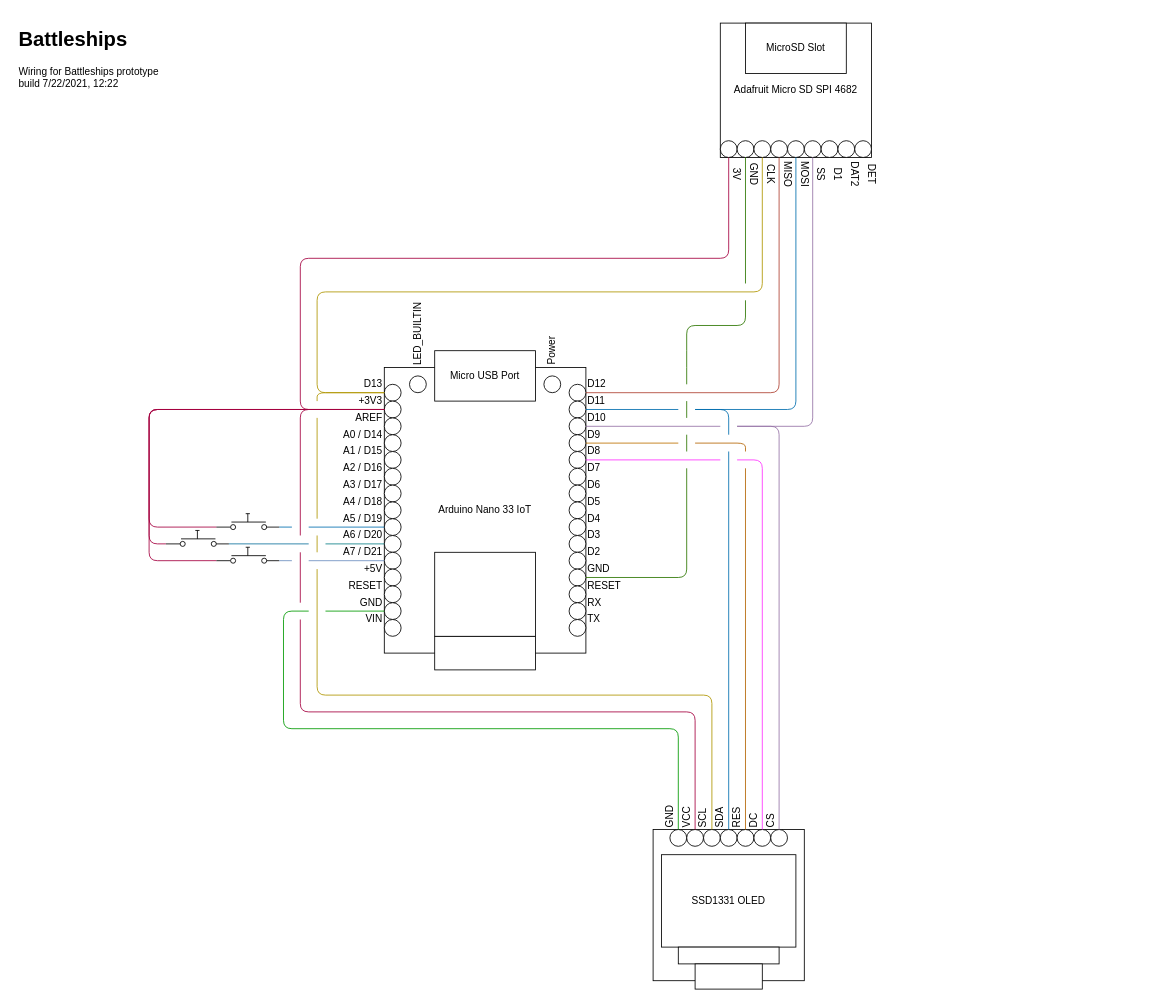
Above: Prototype/Wiring Diagram.drawio in Matt-Anders-Gib/Battleships (draw.io), before the change. Source tidied: cells renumbered, new cells numbered last; positions are measured from the earlier drawing's top-left corner, leaving out a move shared by most shapes. Both pictures are drawn from the tidied source at 84%, with x=0, y=0 at pixel (14, 23).
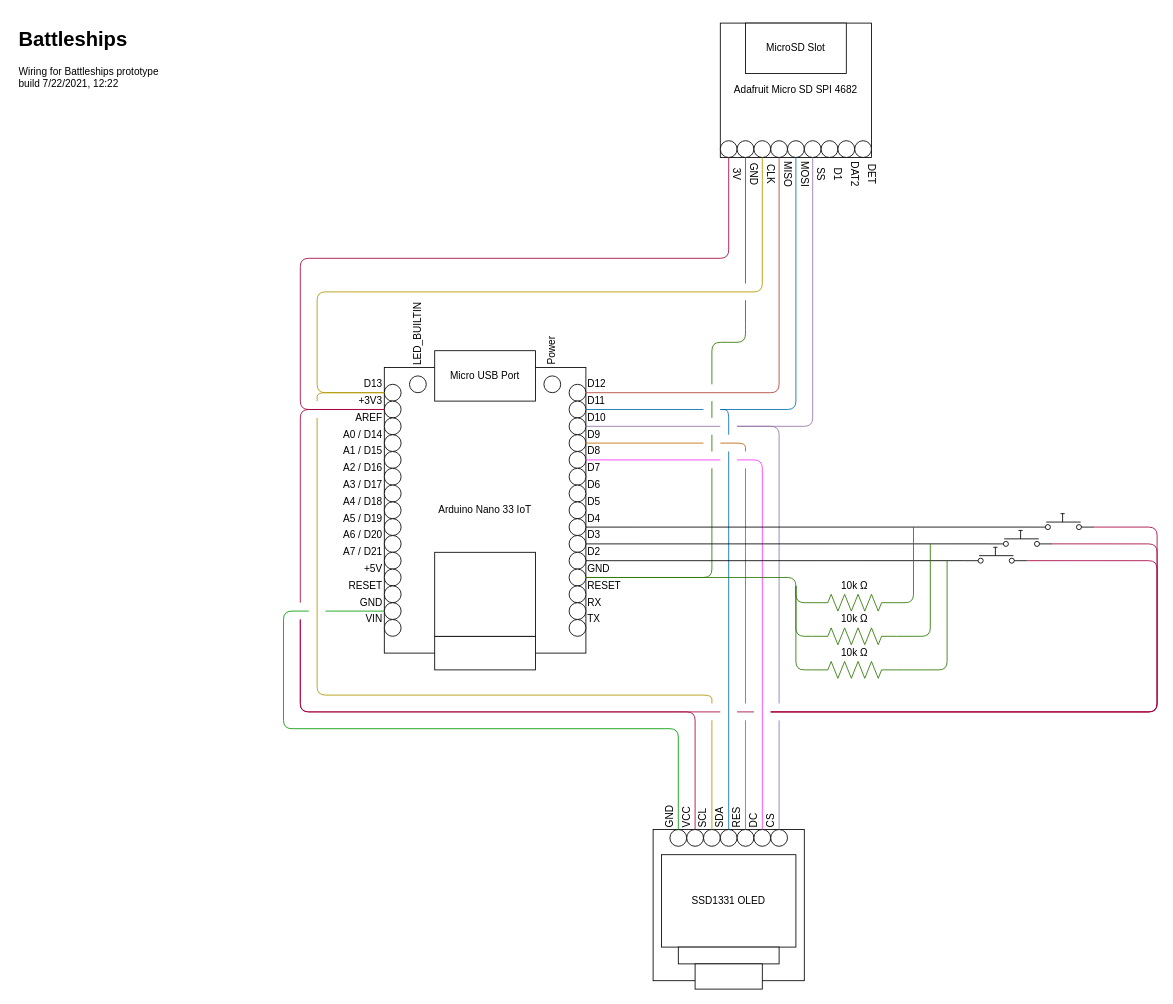
The same page after the edit.

The change refers to these unchanged cells:
```xml
<mxCell id="9" style="ellipse;whiteSpace=wrap;html=1;" parent="3" vertex="1">
  <mxGeometry x="660" y="450" width="20" height="20" as="geometry" />
</mxCell>
<mxCell id="11" style="ellipse;whiteSpace=wrap;html=1;" parent="3" vertex="1">
  <mxGeometry x="660" y="490" width="20" height="20" as="geometry" />
</mxCell>
<mxCell id="24" style="ellipse;whiteSpace=wrap;html=1;" parent="3" vertex="1">
  <mxGeometry x="660" y="590" width="20" height="20" as="geometry" />
</mxCell>
<mxCell id="26" style="ellipse;whiteSpace=wrap;html=1;" parent="3" vertex="1">
  <mxGeometry x="660" y="610" width="20" height="20" as="geometry" />
</mxCell>
<mxCell id="28" style="ellipse;whiteSpace=wrap;html=1;" parent="3" vertex="1">
  <mxGeometry x="660" y="630" width="20" height="20" as="geometry" />
</mxCell>
<mxCell id="30" style="ellipse;whiteSpace=wrap;html=1;" parent="3" vertex="1">
  <mxGeometry x="660" y="650" width="20" height="20" as="geometry" />
</mxCell>
<mxCell id="39" style="ellipse;whiteSpace=wrap;html=1;" parent="3" vertex="1">
  <mxGeometry x="440" y="450" width="20" height="20" as="geometry" />
</mxCell>
<mxCell id="47" style="ellipse;whiteSpace=wrap;html=1;" parent="3" vertex="1">
  <mxGeometry x="440" y="610" width="20" height="20" as="geometry" />
</mxCell>
<mxCell id="48" style="ellipse;whiteSpace=wrap;html=1;" parent="3" vertex="1">
  <mxGeometry x="440" y="630" width="20" height="20" as="geometry" />
</mxCell>
<mxCell id="75" style="ellipse;whiteSpace=wrap;html=1;" parent="72" vertex="1">
  <mxGeometry x="820" y="960" width="20" height="20" as="geometry" />
</mxCell>
<mxCell id="77" style="ellipse;whiteSpace=wrap;html=1;" parent="72" vertex="1">
  <mxGeometry x="860" y="960" width="20" height="20" as="geometry" />
</mxCell>
<mxCell id="79" style="ellipse;whiteSpace=wrap;html=1;" parent="72" vertex="1">
  <mxGeometry x="900" y="960" width="20" height="20" as="geometry" />
</mxCell>
<mxCell id="117" style="ellipse;whiteSpace=wrap;html=1;" parent="110" vertex="1">
  <mxGeometry x="920" y="140" width="20" height="20" as="geometry" />
</mxCell>
```

Change to the diagram source:
```diff
@@
+    <mxCell id="157" style="verticalLabelPosition=bottom;shadow=0;dashed=0;align=center;html=1;verticalAlign=top;shape=mxgraph.electrical.resistors.resistor_2;direction=west;fillColor=#60a917;strokeColor=#2D7600;fontColor=#ffffff;" parent="1" vertex="1">
+      <mxGeometry x="950" y="680" width="100" height="20" as="geometry" />
+    </mxCell>
@@
     <mxCell id="92" style="endArrow=none;html=1;entryX=0;entryY=0.5;entryDx=0;entryDy=0;fillColor=#d80073;strokeColor=#A50040;" parent="90" edge="1" target="39">
       <mxGeometry relative="1" as="geometry">
-        <mxPoint x="340" y="610" as="sourcePoint" />
+        <mxPoint x="340" y="690" as="sourcePoint" />
         <Array as="points">
           <mxPoint x="340" y="460" />
         </Array>
       </mxGeometry>
     </mxCell>
@@
-    <mxCell id="94" style="endArrow=none;html=1;exitX=0.5;exitY=0;exitDx=0;exitDy=0;fillColor=#e3c800;strokeColor=#B09500;" parent="90" edge="1" source="75">
+    <mxCell id="94" style="endArrow=none;html=1;fillColor=#e3c800;strokeColor=#B09500;" parent="90" edge="1">
       <mxGeometry relative="1" as="geometry">
-        <mxPoint x="360" y="650" as="targetPoint" />
+        <mxPoint x="830" y="810" as="sourcePoint" />
+        <mxPoint x="360" y="470" as="targetPoint" />
         <Array as="points">
           <mxPoint x="830" y="800" />
           <mxPoint x="360" y="800" />
         </Array>
       </mxGeometry>
     </mxCell>
@@
     <mxCell id="97" style="endArrow=none;html=1;fillColor=#1ba1e2;strokeColor=#006EAF;" parent="90" edge="1">
       <mxGeometry relative="1" as="geometry">
         <mxPoint x="850" y="490" as="sourcePoint" />
-        <mxPoint x="810" y="460" as="targetPoint" />
+        <mxPoint x="840" y="460" as="targetPoint" />
         <Array as="points">
           <mxPoint x="850" y="460" />
         </Array>
       </mxGeometry>
     </mxCell>
     <mxCell id="98" style="endArrow=none;html=1;fillColor=#fad7ac;strokeColor=#b46504;" parent="90" edge="1">
       <mxGeometry relative="1" as="geometry">
-        <mxPoint x="810" y="500" as="sourcePoint" />
+        <mxPoint x="840" y="500" as="sourcePoint" />
         <mxPoint x="870" y="510" as="targetPoint" />
         <Array as="points">
           <mxPoint x="870" y="500" />
         </Array>
       </mxGeometry>
     </mxCell>
@@
-    <mxCell id="102" style="endArrow=none;html=1;exitX=0.5;exitY=0;exitDx=0;exitDy=0;fillColor=#fad7ac;strokeColor=#b46504;" parent="90" edge="1" source="77">
+    <mxCell id="102" style="endArrow=none;html=1;fillColor=#fad7ac;strokeColor=#b46504;" parent="90" edge="1">
       <mxGeometry relative="1" as="geometry">
+        <mxPoint x="870" y="810" as="sourcePoint" />
         <mxPoint x="870" y="530" as="targetPoint" />
       </mxGeometry>
     </mxCell>
@@
-    <mxCell id="104" style="endArrow=none;html=1;entryX=0.5;entryY=0;entryDx=0;entryDy=0;strokeColor=#9673a6;fillColor=#e1d5e7;" parent="90" edge="1" target="79">
+    <mxCell id="104" style="endArrow=none;html=1;strokeColor=#9673a6;fillColor=#e1d5e7;" parent="90" edge="1">
       <mxGeometry relative="1" as="geometry">
         <mxPoint x="860" y="480" as="sourcePoint" />
+        <mxPoint x="910" y="810" as="targetPoint" />
         <Array as="points">
           <mxPoint x="910" y="480" />
         </Array>
       </mxGeometry>
     </mxCell>
     <mxCell id="105" style="endArrow=none;html=1;exitX=1;exitY=0.5;exitDx=0;exitDy=0;strokeColor=#006EAF;" parent="90" edge="1" source="9">
       <mxGeometry relative="1" as="geometry">
-        <mxPoint x="790" y="460" as="targetPoint" />
+        <mxPoint x="820" y="460" as="targetPoint" />
       </mxGeometry>
     </mxCell>
     <mxCell id="106" style="endArrow=none;html=1;strokeColor=#BD7000;exitX=1;exitY=0.5;exitDx=0;exitDy=0;fillColor=#f0a30a;" parent="90" edge="1" source="11">
       <mxGeometry relative="1" as="geometry">
-        <mxPoint x="790" y="500" as="targetPoint" />
+        <mxPoint x="820" y="500" as="targetPoint" />
       </mxGeometry>
     </mxCell>
-    <mxCell id="107" style="endArrow=none;html=1;strokeColor=#A50040;fillColor=#d80073;" parent="90" edge="1">
-      <mxGeometry relative="1" as="geometry">
-        <mxPoint x="340" y="690" as="sourcePoint" />
-        <mxPoint x="340" y="630" as="targetPoint" />
-      </mxGeometry>
-    </mxCell>
-    <mxCell id="108" style="endArrow=none;html=1;fillColor=#e3c800;strokeColor=#B09500;" parent="90" edge="1">
-      <mxGeometry relative="1" as="geometry">
-        <mxPoint x="360" y="590" as="sourcePoint" />
-        <mxPoint x="360" y="470" as="targetPoint" />
-      </mxGeometry>
-    </mxCell>
-    <mxCell id="109" style="endArrow=none;html=1;fillColor=#e3c800;strokeColor=#B09500;" parent="90" edge="1">
-      <mxGeometry relative="1" as="geometry">
-        <mxPoint x="360" y="630" as="sourcePoint" />
-        <mxPoint x="360" y="610" as="targetPoint" />
-      </mxGeometry>
-    </mxCell>
+    <mxCell id="158" style="endArrow=none;html=1;exitX=0.5;exitY=0;exitDx=0;exitDy=0;fillColor=#e3c800;strokeColor=#B09500;" parent="90" edge="1" source="75">
+      <mxGeometry relative="1" as="geometry">
+        <mxPoint x="830" y="830" as="targetPoint" />
+      </mxGeometry>
+    </mxCell>
+    <mxCell id="159" style="endArrow=none;html=1;exitX=0.5;exitY=0;exitDx=0;exitDy=0;fillColor=#f0a30a;strokeColor=#BD7000;" parent="90" edge="1" source="77">
+      <mxGeometry relative="1" as="geometry">
+        <mxPoint x="870" y="830" as="targetPoint" />
+      </mxGeometry>
+    </mxCell>
+    <mxCell id="160" style="endArrow=none;html=1;exitX=0.5;exitY=0;exitDx=0;exitDy=0;fillColor=#e1d5e7;strokeColor=#9673a6;" parent="90" edge="1" source="79">
+      <mxGeometry relative="1" as="geometry">
+        <mxPoint x="910" y="830" as="targetPoint" />
+      </mxGeometry>
+    </mxCell>
@@
     <mxCell id="137" style="endArrow=none;html=1;entryX=0.5;entryY=1;entryDx=0;entryDy=0;fillColor=#0050ef;strokeColor=#006EAF;" parent="132" edge="1" target="117">
       <mxGeometry relative="1" as="geometry">
-        <mxPoint x="810" y="460" as="sourcePoint" />
+        <mxPoint x="840" y="460" as="sourcePoint" />
         <Array as="points">
           <mxPoint x="930" y="460" />
         </Array>
       </mxGeometry>
     </mxCell>
@@
     <mxCell id="139" style="endArrow=none;html=1;strokeColor=#2D7600;fillColor=#60a917;" parent="132" edge="1">
       <mxGeometry relative="1" as="geometry">
-        <mxPoint x="800" y="430" as="sourcePoint" />
+        <mxPoint x="830" y="430" as="sourcePoint" />
         <mxPoint x="870" y="330" as="targetPoint" />
         <Array as="points">
-          <mxPoint x="800" y="400" />
-          <mxPoint x="800" y="360" />
+          <mxPoint x="830" y="380" />
+          <mxPoint x="870" y="380" />
           <mxPoint x="870" y="360" />
         </Array>
       </mxGeometry>
     </mxCell>
     <mxCell id="140" style="endArrow=none;html=1;strokeColor=#2D7600;fillColor=#60a917;" parent="132" edge="1">
       <mxGeometry relative="1" as="geometry">
-        <mxPoint x="800" y="470" as="sourcePoint" />
-        <mxPoint x="800" y="450" as="targetPoint" />
+        <mxPoint x="830" y="470" as="sourcePoint" />
+        <mxPoint x="830" y="450" as="targetPoint" />
       </mxGeometry>
     </mxCell>
     <mxCell id="141" style="endArrow=none;html=1;strokeColor=#2D7600;fillColor=#60a917;" parent="132" edge="1">
       <mxGeometry relative="1" as="geometry">
-        <mxPoint x="800" y="510" as="sourcePoint" />
-        <mxPoint x="800" y="490" as="targetPoint" />
+        <mxPoint x="830" y="510" as="sourcePoint" />
+        <mxPoint x="830" y="490" as="targetPoint" />
       </mxGeometry>
     </mxCell>
     <mxCell id="142" style="endArrow=none;html=1;strokeColor=#2D7600;exitX=1;exitY=0.5;exitDx=0;exitDy=0;fillColor=#60a917;" parent="132" edge="1" source="30">
       <mxGeometry relative="1" as="geometry">
-        <mxPoint x="800" y="530" as="targetPoint" />
+        <mxPoint x="830" y="530" as="targetPoint" />
         <Array as="points">
-          <mxPoint x="800" y="660" />
+          <mxPoint x="830" y="660" />
         </Array>
       </mxGeometry>
     </mxCell>
-    <mxCell id="143" parent="0" />
-    <mxCell id="144" style="verticalLabelPosition=bottom;shadow=0;dashed=0;align=center;html=1;verticalAlign=top;shape=mxgraph.electrical.electro-mechanical.push_switch_no;" parent="143" vertex="1">
-      <mxGeometry x="240" y="624" width="75" height="19" as="geometry" />
-    </mxCell>
-    <mxCell id="145" style="verticalLabelPosition=bottom;shadow=0;dashed=0;align=center;html=1;verticalAlign=top;shape=mxgraph.electrical.electro-mechanical.push_switch_no;" parent="143" vertex="1">
-      <mxGeometry x="180" y="604" width="75" height="19" as="geometry" />
-    </mxCell>
-    <mxCell id="146" style="verticalLabelPosition=bottom;shadow=0;dashed=0;align=center;html=1;verticalAlign=top;shape=mxgraph.electrical.electro-mechanical.push_switch_no;" parent="143" vertex="1">
-      <mxGeometry x="240" y="584" width="75" height="19" as="geometry" />
-    </mxCell>
-    <mxCell id="147" parent="0" />
-    <mxCell id="148" style="endArrow=none;html=1;exitX=1;exitY=0.84;exitDx=0;exitDy=0;exitPerimeter=0;fillColor=#b1ddf0;strokeColor=#10739e;" parent="147" edge="1" source="145">
-      <mxGeometry relative="1" as="geometry">
-        <mxPoint x="350" y="620" as="targetPoint" />
-      </mxGeometry>
-    </mxCell>
-    <mxCell id="149" style="endArrow=none;html=1;entryX=1;entryY=0.84;entryDx=0;entryDy=0;entryPerimeter=0;fillColor=#dae8fc;strokeColor=#6c8ebf;" parent="147" edge="1" target="144">
-      <mxGeometry relative="1" as="geometry">
-        <mxPoint x="330" y="640" as="sourcePoint" />
-      </mxGeometry>
-    </mxCell>
-    <mxCell id="150" style="endArrow=none;html=1;exitX=1;exitY=0.84;exitDx=0;exitDy=0;exitPerimeter=0;fillColor=#1ba1e2;strokeColor=#006EAF;" parent="147" edge="1" source="146">
-      <mxGeometry relative="1" as="geometry">
-        <mxPoint x="330" y="600" as="targetPoint" />
-      </mxGeometry>
-    </mxCell>
-    <mxCell id="151" style="endArrow=none;html=1;entryX=0;entryY=0.5;entryDx=0;entryDy=0;fillColor=#dae8fc;strokeColor=#6c8ebf;" parent="147" edge="1" target="48">
-      <mxGeometry relative="1" as="geometry">
-        <mxPoint x="350" y="640" as="sourcePoint" />
-      </mxGeometry>
-    </mxCell>
-    <mxCell id="152" style="endArrow=none;html=1;entryX=0;entryY=0.5;entryDx=0;entryDy=0;fillColor=#b0e3e6;strokeColor=#0e8088;" parent="147" edge="1" target="47">
-      <mxGeometry relative="1" as="geometry">
-        <mxPoint x="370" y="620" as="sourcePoint" />
-      </mxGeometry>
-    </mxCell>
-    <mxCell id="153" style="endArrow=none;html=1;entryX=0;entryY=0.5;entryDx=0;entryDy=0;fillColor=#1ba1e2;strokeColor=#006EAF;" parent="147" edge="1">
-      <mxGeometry relative="1" as="geometry">
-        <mxPoint x="350" y="600" as="sourcePoint" />
-        <mxPoint x="440" y="600" as="targetPoint" />
-      </mxGeometry>
-    </mxCell>
-    <mxCell id="154" style="endArrow=none;html=1;entryX=0;entryY=0.5;entryDx=0;entryDy=0;exitX=0;exitY=0.84;exitDx=0;exitDy=0;exitPerimeter=0;fillColor=#d80073;strokeColor=#A50040;" parent="147" edge="1" source="144" target="39">
-      <mxGeometry relative="1" as="geometry">
-        <Array as="points">
-          <mxPoint x="160" y="640" />
-          <mxPoint x="160" y="460" />
-        </Array>
-      </mxGeometry>
-    </mxCell>
-    <mxCell id="155" style="endArrow=none;html=1;entryX=0;entryY=0.5;entryDx=0;entryDy=0;exitX=0;exitY=0.84;exitDx=0;exitDy=0;exitPerimeter=0;fillColor=#d80073;strokeColor=#A50040;" parent="147" edge="1" source="145" target="39">
-      <mxGeometry relative="1" as="geometry">
-        <Array as="points">
-          <mxPoint x="160" y="620" />
-          <mxPoint x="160" y="460" />
-        </Array>
-      </mxGeometry>
-    </mxCell>
-    <mxCell id="156" style="endArrow=none;html=1;entryX=0;entryY=0.5;entryDx=0;entryDy=0;exitX=0;exitY=0.84;exitDx=0;exitDy=0;exitPerimeter=0;fillColor=#d80073;strokeColor=#A50040;" parent="147" edge="1" source="146" target="39">
-      <mxGeometry relative="1" as="geometry">
-        <Array as="points">
-          <mxPoint x="160" y="600" />
-          <mxPoint x="160" y="460" />
-        </Array>
-      </mxGeometry>
-    </mxCell>
+    <mxCell id="161" parent="0" />
+    <mxCell id="162" style="verticalLabelPosition=bottom;shadow=0;dashed=0;align=center;html=1;verticalAlign=top;shape=mxgraph.electrical.electro-mechanical.push_switch_no;" parent="161" vertex="1">
+      <mxGeometry x="1210" y="584" width="75" height="19" as="geometry" />
+    </mxCell>
+    <mxCell id="163" style="verticalLabelPosition=bottom;shadow=0;dashed=0;align=center;html=1;verticalAlign=top;shape=mxgraph.electrical.electro-mechanical.push_switch_no;" parent="161" vertex="1">
+      <mxGeometry x="1160" y="604" width="75" height="19" as="geometry" />
+    </mxCell>
+    <mxCell id="164" style="verticalLabelPosition=bottom;shadow=0;dashed=0;align=center;html=1;verticalAlign=top;shape=mxgraph.electrical.electro-mechanical.push_switch_no;" parent="161" vertex="1">
+      <mxGeometry x="1130" y="624" width="75" height="19" as="geometry" />
+    </mxCell>
+    <mxCell id="165" parent="0" />
+    <mxCell id="166" style="endArrow=none;html=1;entryX=1;entryY=0.84;entryDx=0;entryDy=0;entryPerimeter=0;fillColor=#d80073;strokeColor=#A50040;" parent="165" edge="1" target="163">
+      <mxGeometry relative="1" as="geometry">
+        <mxPoint x="900" y="820" as="sourcePoint" />
+        <Array as="points">
+          <mxPoint x="1360" y="820" />
+          <mxPoint x="1360" y="620" />
+        </Array>
+      </mxGeometry>
+    </mxCell>
+    <mxCell id="167" style="endArrow=none;html=1;entryX=1;entryY=0.84;entryDx=0;entryDy=0;entryPerimeter=0;fillColor=#d80073;strokeColor=#A50040;" parent="165" edge="1" target="164">
+      <mxGeometry relative="1" as="geometry">
+        <mxPoint x="900" y="820" as="sourcePoint" />
+        <Array as="points">
+          <mxPoint x="1360" y="820" />
+          <mxPoint x="1360" y="640" />
+        </Array>
+      </mxGeometry>
+    </mxCell>
+    <mxCell id="168" style="endArrow=none;html=1;entryX=0;entryY=0.84;entryDx=0;entryDy=0;entryPerimeter=0;exitX=1;exitY=0.5;exitDx=0;exitDy=0;" parent="165" edge="1" source="24" target="162">
+      <mxGeometry relative="1" as="geometry" />
+    </mxCell>
+    <mxCell id="169" style="endArrow=none;html=1;entryX=0;entryY=0.84;entryDx=0;entryDy=0;entryPerimeter=0;exitX=1;exitY=0.5;exitDx=0;exitDy=0;" parent="165" edge="1" source="26" target="163">
+      <mxGeometry relative="1" as="geometry" />
+    </mxCell>
+    <mxCell id="170" style="endArrow=none;html=1;entryX=0;entryY=0.84;entryDx=0;entryDy=0;entryPerimeter=0;exitX=1;exitY=0.5;exitDx=0;exitDy=0;" parent="165" edge="1" source="28" target="164">
+      <mxGeometry relative="1" as="geometry" />
+    </mxCell>
+    <mxCell id="171" style="endArrow=none;html=1;exitX=1;exitY=0.5;exitDx=0;exitDy=0;entryX=1;entryY=0.5;entryDx=0;entryDy=0;entryPerimeter=0;fillColor=#60a917;strokeColor=#2D7600;" parent="165" edge="1" source="30" target="157">
+      <mxGeometry relative="1" as="geometry">
+        <Array as="points">
+          <mxPoint x="930" y="660" />
+          <mxPoint x="930" y="690" />
+        </Array>
+      </mxGeometry>
+    </mxCell>
+    <mxCell id="172" style="endArrow=none;html=1;exitX=0;exitY=0.5;exitDx=0;exitDy=0;exitPerimeter=0;fillColor=#60a917;strokeColor=#2D7600;" parent="165" edge="1" source="157">
+      <mxGeometry relative="1" as="geometry">
+        <mxPoint x="1070" y="600" as="targetPoint" />
+        <Array as="points">
+          <mxPoint x="1070" y="690" />
+          <mxPoint x="1070" y="600" />
+        </Array>
+      </mxGeometry>
+    </mxCell>
+    <mxCell id="173" value="10k Ω" style="text;html=1;strokeColor=none;fillColor=none;align=center;verticalAlign=middle;whiteSpace=wrap;rounded=0;" parent="165" vertex="1">
+      <mxGeometry x="980" y="660" width="40" height="20" as="geometry" />
+    </mxCell>
+    <mxCell id="174" style="verticalLabelPosition=bottom;shadow=0;dashed=0;align=center;html=1;verticalAlign=top;shape=mxgraph.electrical.resistors.resistor_2;direction=west;fillColor=#60a917;strokeColor=#2D7600;fontColor=#ffffff;" parent="165" vertex="1">
+      <mxGeometry x="950" y="720" width="100" height="20" as="geometry" />
+    </mxCell>
+    <mxCell id="175" value="10k Ω" style="text;html=1;strokeColor=none;fillColor=none;align=center;verticalAlign=middle;whiteSpace=wrap;rounded=0;" parent="165" vertex="1">
+      <mxGeometry x="980" y="700" width="40" height="20" as="geometry" />
+    </mxCell>
+    <mxCell id="176" style="verticalLabelPosition=bottom;shadow=0;dashed=0;align=center;html=1;verticalAlign=top;shape=mxgraph.electrical.resistors.resistor_2;direction=west;fillColor=#60a917;strokeColor=#2D7600;fontColor=#ffffff;" parent="165" vertex="1">
+      <mxGeometry x="950" y="760" width="100" height="20" as="geometry" />
+    </mxCell>
+    <mxCell id="177" value="10k Ω" style="text;html=1;strokeColor=none;fillColor=none;align=center;verticalAlign=middle;whiteSpace=wrap;rounded=0;" parent="165" vertex="1">
+      <mxGeometry x="980" y="740" width="40" height="20" as="geometry" />
+    </mxCell>
+    <mxCell id="178" style="endArrow=none;html=1;exitX=1;exitY=0.5;exitDx=0;exitDy=0;exitPerimeter=0;fillColor=#60a917;strokeColor=#2D7600;" parent="165" edge="1" source="174">
+      <mxGeometry relative="1" as="geometry">
+        <mxPoint x="930" y="670" as="targetPoint" />
+        <Array as="points">
+          <mxPoint x="930" y="730" />
+        </Array>
+      </mxGeometry>
+    </mxCell>
+    <mxCell id="179" style="endArrow=none;html=1;exitX=1;exitY=0.5;exitDx=0;exitDy=0;exitPerimeter=0;fillColor=#60a917;strokeColor=#2D7600;" parent="165" edge="1" source="176">
+      <mxGeometry relative="1" as="geometry">
+        <mxPoint x="930" y="670" as="targetPoint" />
+        <Array as="points">
+          <mxPoint x="930" y="770" />
+        </Array>
+      </mxGeometry>
+    </mxCell>
+    <mxCell id="180" style="endArrow=none;html=1;exitX=0;exitY=0.5;exitDx=0;exitDy=0;exitPerimeter=0;fillColor=#60a917;strokeColor=#2D7600;" parent="165" edge="1" source="174">
+      <mxGeometry relative="1" as="geometry">
+        <mxPoint x="1090" y="620" as="targetPoint" />
+        <Array as="points">
+          <mxPoint x="1090" y="730" />
+          <mxPoint x="1090" y="620" />
+        </Array>
+      </mxGeometry>
+    </mxCell>
+    <mxCell id="181" style="endArrow=none;html=1;exitX=0;exitY=0.5;exitDx=0;exitDy=0;exitPerimeter=0;fillColor=#60a917;strokeColor=#2D7600;" parent="165" edge="1" source="176">
+      <mxGeometry relative="1" as="geometry">
+        <mxPoint x="1110" y="640" as="targetPoint" />
+        <Array as="points">
+          <mxPoint x="1110" y="770" />
+          <mxPoint x="1110" y="640" />
+        </Array>
+      </mxGeometry>
+    </mxCell>
+    <mxCell id="182" style="endArrow=none;html=1;fillColor=#d80073;strokeColor=#A50040;" parent="165" edge="1">
+      <mxGeometry relative="1" as="geometry">
+        <mxPoint x="840" y="820" as="sourcePoint" />
+        <mxPoint x="340" y="710" as="targetPoint" />
+        <Array as="points">
+          <mxPoint x="340" y="820" />
+        </Array>
+      </mxGeometry>
+    </mxCell>
+    <mxCell id="183" style="endArrow=none;html=1;fillColor=#d80073;strokeColor=#A50040;" parent="165" edge="1">
+      <mxGeometry relative="1" as="geometry">
+        <mxPoint x="880" y="820" as="sourcePoint" />
+        <mxPoint x="860" y="820" as="targetPoint" />
+      </mxGeometry>
+    </mxCell>
+    <mxCell id="184" style="endArrow=none;html=1;entryX=1;entryY=0.84;entryDx=0;entryDy=0;entryPerimeter=0;fillColor=#d80073;strokeColor=#A50040;" parent="165" edge="1" target="162">
+      <mxGeometry relative="1" as="geometry">
+        <mxPoint x="900" y="820" as="sourcePoint" />
+        <Array as="points">
+          <mxPoint x="1360" y="820" />
+          <mxPoint x="1360" y="600" />
+        </Array>
+      </mxGeometry>
+    </mxCell>
```
